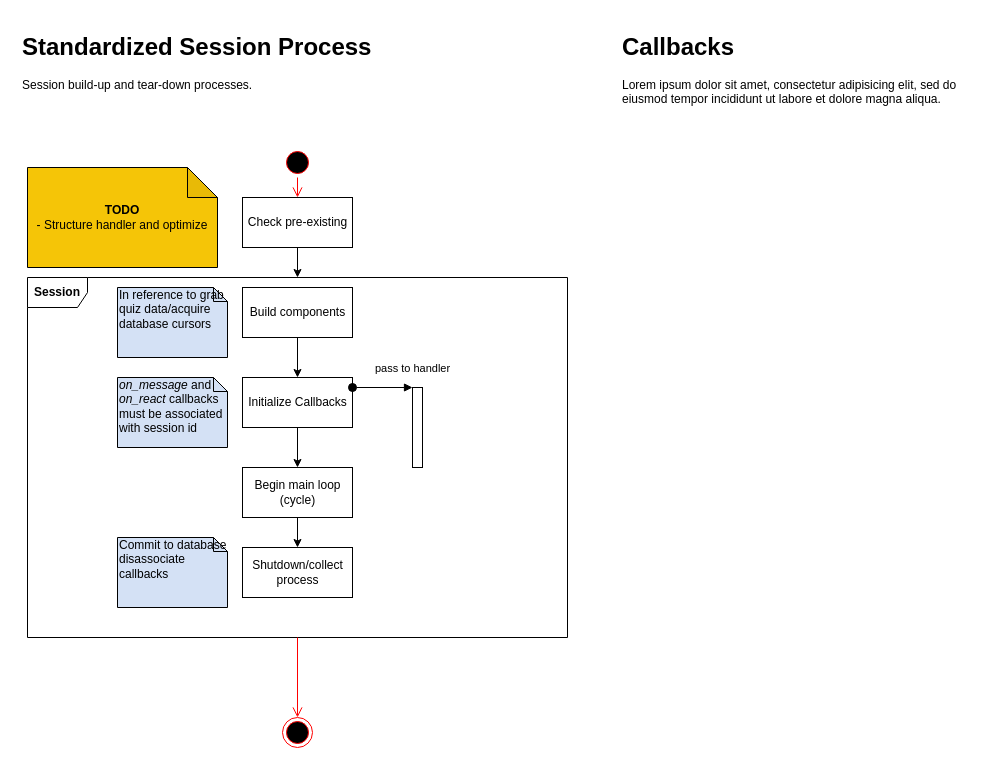
dominictarro/Professor keeps this draw.io diagram as dev/Session Process.drawio. Above is the earlier version. Source tidied: cells renumbered, new cells numbered last; positions are measured from the earlier drawing's top-left corner, leaving out a move shared by most shapes. Both pictures are drawn from the tidied source at 100%, with x=0, y=0 at pixel (17, 27).
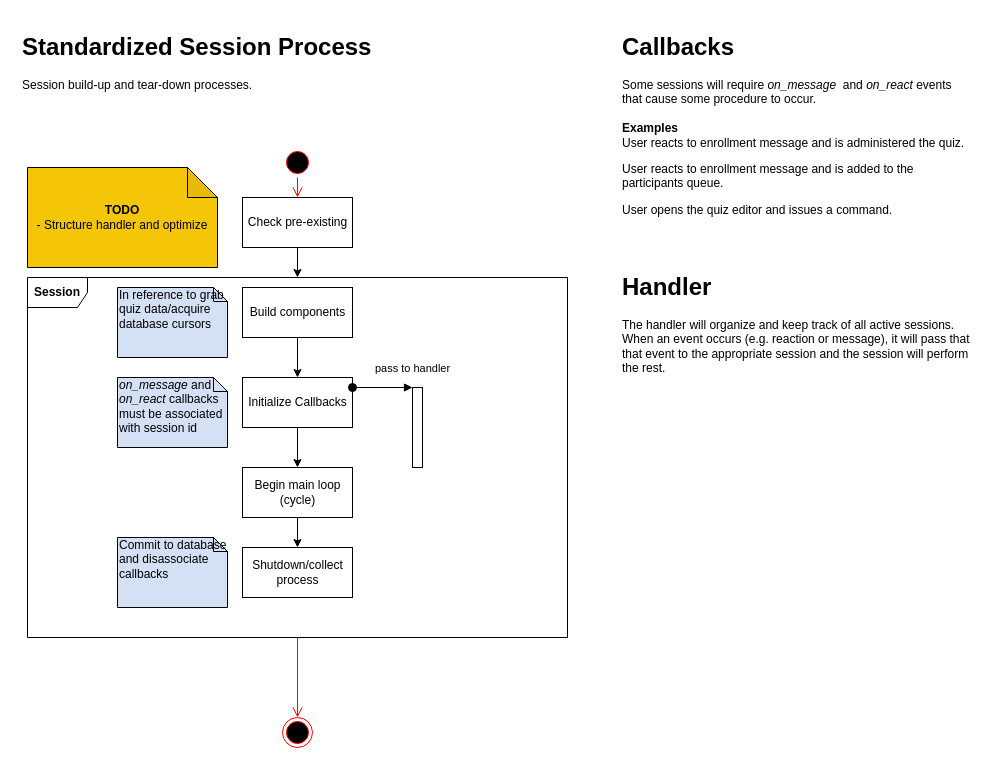
After the change.

The edit, as a diff of the source:
```diff
@@
-    <mxCell id="22" value="Commit to database disassociate callbacks" style="shape=note;whiteSpace=wrap;html=1;size=14;verticalAlign=top;align=left;spacingTop=-6;fillColor=#D4E1F5;" parent="1" vertex="1">
+    <mxCell id="22" value="Commit to database and disassociate callbacks" style="shape=note;whiteSpace=wrap;html=1;size=14;verticalAlign=top;align=left;spacingTop=-6;fillColor=#D4E1F5;" parent="1" vertex="1">
       <mxGeometry x="100" y="510" width="110" height="70" as="geometry" />
     </mxCell>
-    <mxCell id="23" value="&lt;h1&gt;Callbacks&lt;/h1&gt;&lt;p&gt;Lorem ipsum dolor sit amet, consectetur adipisicing elit, sed do eiusmod tempor incididunt ut labore et dolore magna aliqua.&lt;/p&gt;" style="text;html=1;strokeColor=none;fillColor=none;spacing=5;spacingTop=-20;whiteSpace=wrap;overflow=hidden;rounded=0;" parent="1" vertex="1">
-      <mxGeometry x="600" width="360" height="120" as="geometry" />
+    <mxCell id="23" value="&lt;h1&gt;Callbacks&lt;/h1&gt;&lt;p&gt;Some sessions will require &lt;i&gt;on_message&amp;nbsp;&lt;/i&gt;&amp;nbsp;and &lt;i&gt;on_react &lt;/i&gt;events that cause some procedure to occur.&lt;br&gt;&lt;br&gt;&lt;b&gt;Examples&lt;/b&gt;&lt;br&gt;User reacts to enrollment message and is administered the quiz.&lt;/p&gt;&lt;p&gt;User reacts to enrollment message and is added to the participants queue.&lt;/p&gt;&lt;p&gt;User opens the quiz editor and issues a command.&lt;/p&gt;" style="text;html=1;strokeColor=none;fillColor=none;spacing=5;spacingTop=-20;whiteSpace=wrap;overflow=hidden;rounded=0;" parent="1" vertex="1">
+      <mxGeometry x="600" width="360" height="200" as="geometry" />
     </mxCell>
+    <mxCell id="24" value="&lt;h1&gt;Handler&lt;/h1&gt;&lt;p&gt;The handler will organize and keep track of all active sessions. When an event occurs (e.g. reaction or message), it will pass that that event to the appropriate session and the session will perform the rest.&lt;/p&gt;" style="text;html=1;strokeColor=none;fillColor=none;spacing=5;spacingTop=-20;whiteSpace=wrap;overflow=hidden;rounded=0;" parent="1" vertex="1">
+      <mxGeometry x="600" y="240" width="360" height="120" as="geometry" />
+    </mxCell>
```
